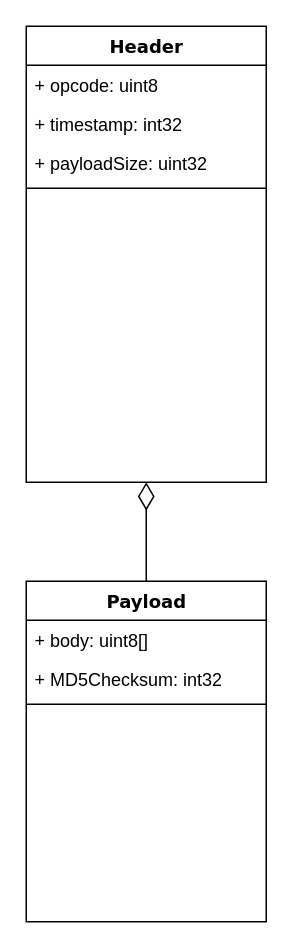
Above: Diagram zonder titel.drawio.xml in HamsterChief/LibraryApp (draw.io), before the change. Source tidied: cells renumbered, new cells numbered last; positions are measured from the earlier drawing's top-left corner, leaving out a move shared by most shapes. Both pictures are drawn from the tidied source at 150%, with x=0, y=0 at pixel (10, 26).
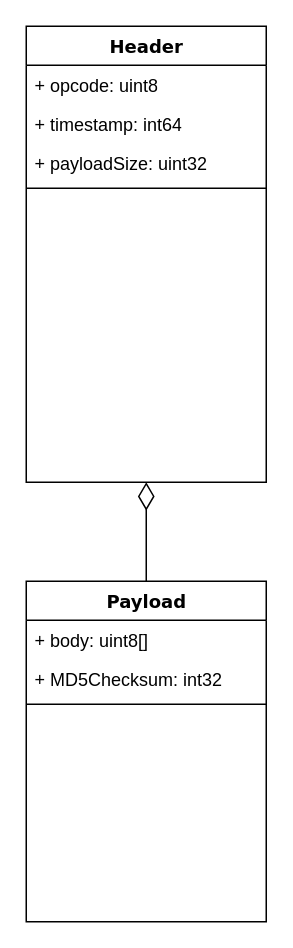
After the change.

Diff of the diagram source:
```diff
@@
 <mxGraphModel>
   <root>
     <mxCell id="0" />
     <mxCell id="1" parent="0" />
     <mxCell id="2" style="edgeStyle=orthogonalEdgeStyle;html=1;labelBackgroundColor=none;startFill=0;startSize=8;endArrow=diamondThin;endFill=0;endSize=16;fontFamily=Verdana;fontSize=12;" parent="1" edge="1" source="3" target="7">
       <mxGeometry relative="1" as="geometry">
         <Array as="points">
           <mxPoint x="40" y="480" />
           <mxPoint y="480" />
         </Array>
       </mxGeometry>
     </mxCell>
     <mxCell id="3" value="Payload" style="swimlane;html=1;fontStyle=1;align=center;verticalAlign=top;horizontal=1;startSize=26;swimlaneFillColor=#ffffff;rounded=0;shadow=0;comic=0;labelBackgroundColor=none;strokeWidth=1;fillColor=none;fontFamily=Verdana;fontSize=12;" parent="1" vertex="1">
       <mxGeometry x="10" y="370" width="160" height="227" as="geometry" />
     </mxCell>
     <mxCell id="4" value="+ body: uint8[]" style="text;html=1;strokeColor=none;fillColor=none;align=left;verticalAlign=top;spacingLeft=4;spacingRight=4;whiteSpace=wrap;overflow=hidden;" parent="3" vertex="1">
       <mxGeometry y="26" width="160" height="26" as="geometry" />
     </mxCell>
     <mxCell id="5" value="+ MD5Checksum: int32" style="text;html=1;strokeColor=none;fillColor=none;align=left;verticalAlign=top;spacingLeft=4;spacingRight=4;whiteSpace=wrap;overflow=hidden;" parent="3" vertex="1">
       <mxGeometry y="52" width="160" height="26" as="geometry" />
     </mxCell>
     <mxCell id="6" style="line;html=1;strokeWidth=1;fillColor=none;align=left;verticalAlign=middle;spacingTop=-1;spacingLeft=3;spacingRight=3;labelPosition=right;" parent="3" vertex="1">
       <mxGeometry y="78" width="160" height="8" as="geometry" />
     </mxCell>
     <mxCell id="7" value="Header" style="swimlane;html=1;fontStyle=1;align=center;verticalAlign=top;horizontal=1;startSize=26;swimlaneFillColor=#ffffff;rounded=0;shadow=0;comic=0;labelBackgroundColor=none;strokeWidth=1;fillColor=none;fontFamily=Verdana;fontSize=12;" parent="1" vertex="1">
       <mxGeometry x="10" width="160" height="304" as="geometry" />
     </mxCell>
     <mxCell id="8" value="+ opcode: uint8" style="text;html=1;strokeColor=none;fillColor=none;align=left;verticalAlign=top;spacingLeft=4;spacingRight=4;whiteSpace=wrap;overflow=hidden;" parent="7" vertex="1">
       <mxGeometry y="26" width="160" height="26" as="geometry" />
     </mxCell>
-    <mxCell id="9" value="+ timestamp: int32" style="text;html=1;strokeColor=none;fillColor=none;align=left;verticalAlign=top;spacingLeft=4;spacingRight=4;whiteSpace=wrap;overflow=hidden;" parent="7" vertex="1">
+    <mxCell id="9" value="+ timestamp: int64" style="text;html=1;strokeColor=none;fillColor=none;align=left;verticalAlign=top;spacingLeft=4;spacingRight=4;whiteSpace=wrap;overflow=hidden;" parent="7" vertex="1">
       <mxGeometry y="52" width="160" height="26" as="geometry" />
     </mxCell>
     <mxCell id="10" value="+ payloadSize: uint32" style="text;html=1;strokeColor=none;fillColor=none;align=left;verticalAlign=top;spacingLeft=4;spacingRight=4;whiteSpace=wrap;overflow=hidden;" parent="7" vertex="1">
       <mxGeometry y="78" width="160" height="26" as="geometry" />
     </mxCell>
     <mxCell id="11" style="line;html=1;strokeWidth=1;fillColor=none;align=left;verticalAlign=middle;spacingTop=-1;spacingLeft=3;spacingRight=3;labelPosition=right;" parent="7" vertex="1">
       <mxGeometry y="104" width="160" height="8" as="geometry" />
     </mxCell>
   </root>
 </mxGraphModel>
```
